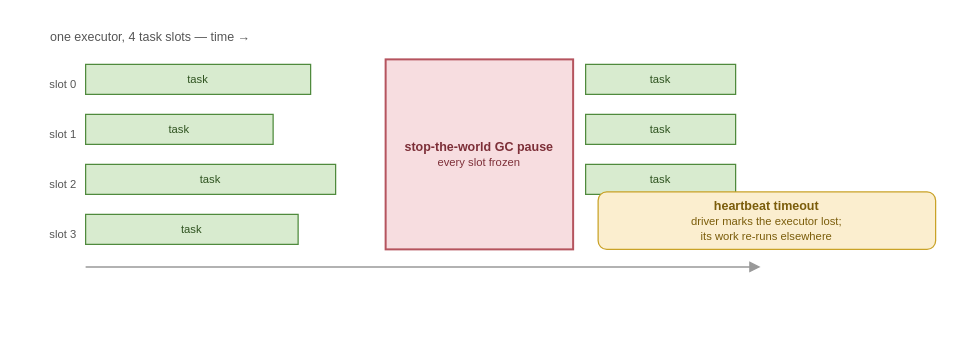
The draw.io diagram book/figures/gc-pause-stall.drawio in AlanPhan04/spark-101-to-pro, before the edit. Source tidied: cells renumbered, new cells numbered last; positions are measured from the earlier drawing's top-left corner, leaving out a move shared by most shapes. Both pictures are drawn from the tidied source at 125%, with x=0, y=0 at pixel (22, 21).
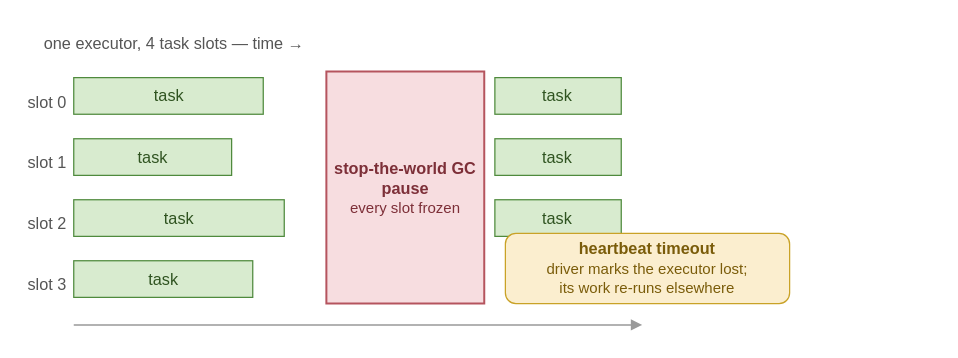
After the change.

What changed in the source:
```diff
@@
 <mxGraphModel>
   <root>
     <mxCell id="0" />
     <mxCell id="1" parent="0" />
-    <mxCell id="2" value="one executor, 4 task slots &amp;#8212; time &amp;#8594;" style="text;html=1;align=left;fontSize=10;fontColor=#555555;" parent="1" vertex="1">
-      <mxGeometry x="20" width="360" height="16" as="geometry" />
+    <mxCell id="2" value="one executor, 4 task slots &amp;#8212; time &amp;#8594;" style="text;html=1;align=left;fontSize=13;fontColor=#555555;" parent="1" vertex="1">
+      <mxGeometry x="15.3" y="3.1" width="303.2" height="19.5" as="geometry" />
     </mxCell>
-    <mxCell id="3" value="slot 0" style="text;html=1;align=right;fontSize=9;fontColor=#555555;" parent="1" vertex="1">
-      <mxGeometry y="38" width="44" height="16" as="geometry" />
+    <mxCell id="3" value="slot 0" style="text;html=1;align=right;fontSize=13;fontColor=#555555;" parent="1" vertex="1">
+      <mxGeometry x="-1.6" y="49.5" width="37.1" height="19.5" as="geometry" />
     </mxCell>
-    <mxCell id="4" value="slot 1" style="text;html=1;align=right;fontSize=9;fontColor=#555555;" parent="1" vertex="1">
-      <mxGeometry y="78" width="44" height="16" as="geometry" />
+    <mxCell id="4" value="slot 1" style="text;html=1;align=right;fontSize=13;fontColor=#555555;" parent="1" vertex="1">
+      <mxGeometry x="-1.6" y="98.3" width="37.1" height="19.5" as="geometry" />
     </mxCell>
-    <mxCell id="5" value="slot 2" style="text;html=1;align=right;fontSize=9;fontColor=#555555;" parent="1" vertex="1">
-      <mxGeometry y="118" width="44" height="16" as="geometry" />
+    <mxCell id="5" value="slot 2" style="text;html=1;align=right;fontSize=13;fontColor=#555555;" parent="1" vertex="1">
+      <mxGeometry x="-1.6" y="147.2" width="37.1" height="19.5" as="geometry" />
     </mxCell>
-    <mxCell id="6" value="slot 3" style="text;html=1;align=right;fontSize=9;fontColor=#555555;" parent="1" vertex="1">
-      <mxGeometry y="158" width="44" height="16" as="geometry" />
+    <mxCell id="6" value="slot 3" style="text;html=1;align=right;fontSize=13;fontColor=#555555;" parent="1" vertex="1">
+      <mxGeometry x="-1.6" y="196" width="37.1" height="19.5" as="geometry" />
     </mxCell>
-    <mxCell id="7" value="task" style="rounded=0;whiteSpace=wrap;html=1;fillColor=#d8ebcf;strokeColor=#4f8a3d;fontSize=9;fontColor=#2f5320;" parent="1" vertex="1">
-      <mxGeometry x="50" y="34" width="180" height="24" as="geometry" />
+    <mxCell id="7" value="task" style="rounded=0;whiteSpace=wrap;html=1;fillColor=#d8ebcf;strokeColor=#4f8a3d;fontSize=13;fontColor=#2f5320;" parent="1" vertex="1">
+      <mxGeometry x="40.5" y="44.6" width="151.6" height="29.3" as="geometry" />
     </mxCell>
-    <mxCell id="8" value="task" style="rounded=0;whiteSpace=wrap;html=1;fillColor=#d8ebcf;strokeColor=#4f8a3d;fontSize=9;fontColor=#2f5320;" parent="1" vertex="1">
-      <mxGeometry x="50" y="74" width="150" height="24" as="geometry" />
+    <mxCell id="8" value="task" style="rounded=0;whiteSpace=wrap;html=1;fillColor=#d8ebcf;strokeColor=#4f8a3d;fontSize=13;fontColor=#2f5320;" parent="1" vertex="1">
+      <mxGeometry x="40.5" y="93.5" width="126.3" height="29.3" as="geometry" />
     </mxCell>
-    <mxCell id="9" value="task" style="rounded=0;whiteSpace=wrap;html=1;fillColor=#d8ebcf;strokeColor=#4f8a3d;fontSize=9;fontColor=#2f5320;" parent="1" vertex="1">
-      <mxGeometry x="50" y="114" width="200" height="24" as="geometry" />
+    <mxCell id="9" value="task" style="rounded=0;whiteSpace=wrap;html=1;fillColor=#d8ebcf;strokeColor=#4f8a3d;fontSize=13;fontColor=#2f5320;" parent="1" vertex="1">
+      <mxGeometry x="40.5" y="142.3" width="168.4" height="29.3" as="geometry" />
     </mxCell>
-    <mxCell id="10" value="task" style="rounded=0;whiteSpace=wrap;html=1;fillColor=#d8ebcf;strokeColor=#4f8a3d;fontSize=9;fontColor=#2f5320;" parent="1" vertex="1">
-      <mxGeometry x="50" y="154" width="170" height="24" as="geometry" />
+    <mxCell id="10" value="task" style="rounded=0;whiteSpace=wrap;html=1;fillColor=#d8ebcf;strokeColor=#4f8a3d;fontSize=13;fontColor=#2f5320;" parent="1" vertex="1">
+      <mxGeometry x="40.5" y="191.1" width="143.2" height="29.3" as="geometry" />
     </mxCell>
-    <mxCell id="11" value="&lt;b&gt;stop-the-world GC pause&lt;/b&gt;&lt;br&gt;&lt;span style=&quot;font-size:9px&quot;&gt;every slot frozen&lt;/span&gt;" style="rounded=0;whiteSpace=wrap;html=1;fillColor=#f7dde0;strokeColor=#b5545e;strokeWidth=1.6;fontSize=10;fontColor=#7d2f38;" parent="1" vertex="1">
-      <mxGeometry x="290" y="30" width="150" height="152" as="geometry" />
+    <mxCell id="11" value="&lt;b&gt;stop-the-world GC pause&lt;/b&gt;&lt;br&gt;&lt;span style=&quot;font-size:12px&quot;&gt;every slot frozen&lt;/span&gt;" style="rounded=0;whiteSpace=wrap;html=1;fillColor=#f7dde0;strokeColor=#b5545e;strokeWidth=1.6;fontSize=13;fontColor=#7d2f38;" parent="1" vertex="1">
+      <mxGeometry x="242.6" y="39.7" width="126.3" height="185.6" as="geometry" />
     </mxCell>
-    <mxCell id="12" value="task" style="rounded=0;whiteSpace=wrap;html=1;fillColor=#d8ebcf;strokeColor=#4f8a3d;fontSize=9;fontColor=#2f5320;" parent="1" vertex="1">
-      <mxGeometry x="450" y="34" width="120" height="24" as="geometry" />
+    <mxCell id="12" value="task" style="rounded=0;whiteSpace=wrap;html=1;fillColor=#d8ebcf;strokeColor=#4f8a3d;fontSize=13;fontColor=#2f5320;" parent="1" vertex="1">
+      <mxGeometry x="377.4" y="44.6" width="101.1" height="29.3" as="geometry" />
     </mxCell>
-    <mxCell id="13" value="task" style="rounded=0;whiteSpace=wrap;html=1;fillColor=#d8ebcf;strokeColor=#4f8a3d;fontSize=9;fontColor=#2f5320;" parent="1" vertex="1">
-      <mxGeometry x="450" y="74" width="120" height="24" as="geometry" />
+    <mxCell id="13" value="task" style="rounded=0;whiteSpace=wrap;html=1;fillColor=#d8ebcf;strokeColor=#4f8a3d;fontSize=13;fontColor=#2f5320;" parent="1" vertex="1">
+      <mxGeometry x="377.4" y="93.5" width="101.1" height="29.3" as="geometry" />
     </mxCell>
-    <mxCell id="14" value="task" style="rounded=0;whiteSpace=wrap;html=1;fillColor=#d8ebcf;strokeColor=#4f8a3d;fontSize=9;fontColor=#2f5320;" parent="1" vertex="1">
-      <mxGeometry x="450" y="114" width="120" height="24" as="geometry" />
+    <mxCell id="14" value="task" style="rounded=0;whiteSpace=wrap;html=1;fillColor=#d8ebcf;strokeColor=#4f8a3d;fontSize=13;fontColor=#2f5320;" parent="1" vertex="1">
+      <mxGeometry x="377.4" y="142.3" width="101.1" height="29.3" as="geometry" />
     </mxCell>
-    <mxCell id="15" value="&lt;b&gt;heartbeat timeout&lt;/b&gt;&lt;br&gt;&lt;span style=&quot;font-size:9px&quot;&gt;driver marks the executor lost;&lt;br&gt;its work re-runs elsewhere&lt;/span&gt;" style="rounded=1;whiteSpace=wrap;html=1;fillColor=#fbeecf;strokeColor=#c9a227;fontSize=10;fontColor=#7a5c0a;" parent="1" vertex="1">
-      <mxGeometry x="460" y="136" width="270" height="46" as="geometry" />
+    <mxCell id="15" value="&lt;b&gt;heartbeat timeout&lt;/b&gt;&lt;br&gt;&lt;span style=&quot;font-size:12px&quot;&gt;driver marks the executor lost;&lt;br&gt;its work re-runs elsewhere&lt;/span&gt;" style="rounded=1;whiteSpace=wrap;html=1;fillColor=#fbeecf;strokeColor=#c9a227;fontSize=13;fontColor=#7a5c0a;" parent="1" vertex="1">
+      <mxGeometry x="385.8" y="169.2" width="227.4" height="56.2" as="geometry" />
     </mxCell>
     <mxCell id="16" style="endArrow=block;html=1;strokeColor=#999999;strokeWidth=1.2;" parent="1" edge="1">
       <mxGeometry relative="1" as="geometry">
-        <mxPoint x="50" y="196" as="sourcePoint" />
-        <mxPoint x="590" y="196" as="targetPoint" />
+        <mxPoint x="40.5" y="242.4" as="sourcePoint" />
+        <mxPoint x="495.3" y="242.4" as="targetPoint" />
       </mxGeometry>
     </mxCell>
   </root>
 </mxGraphModel>
```
